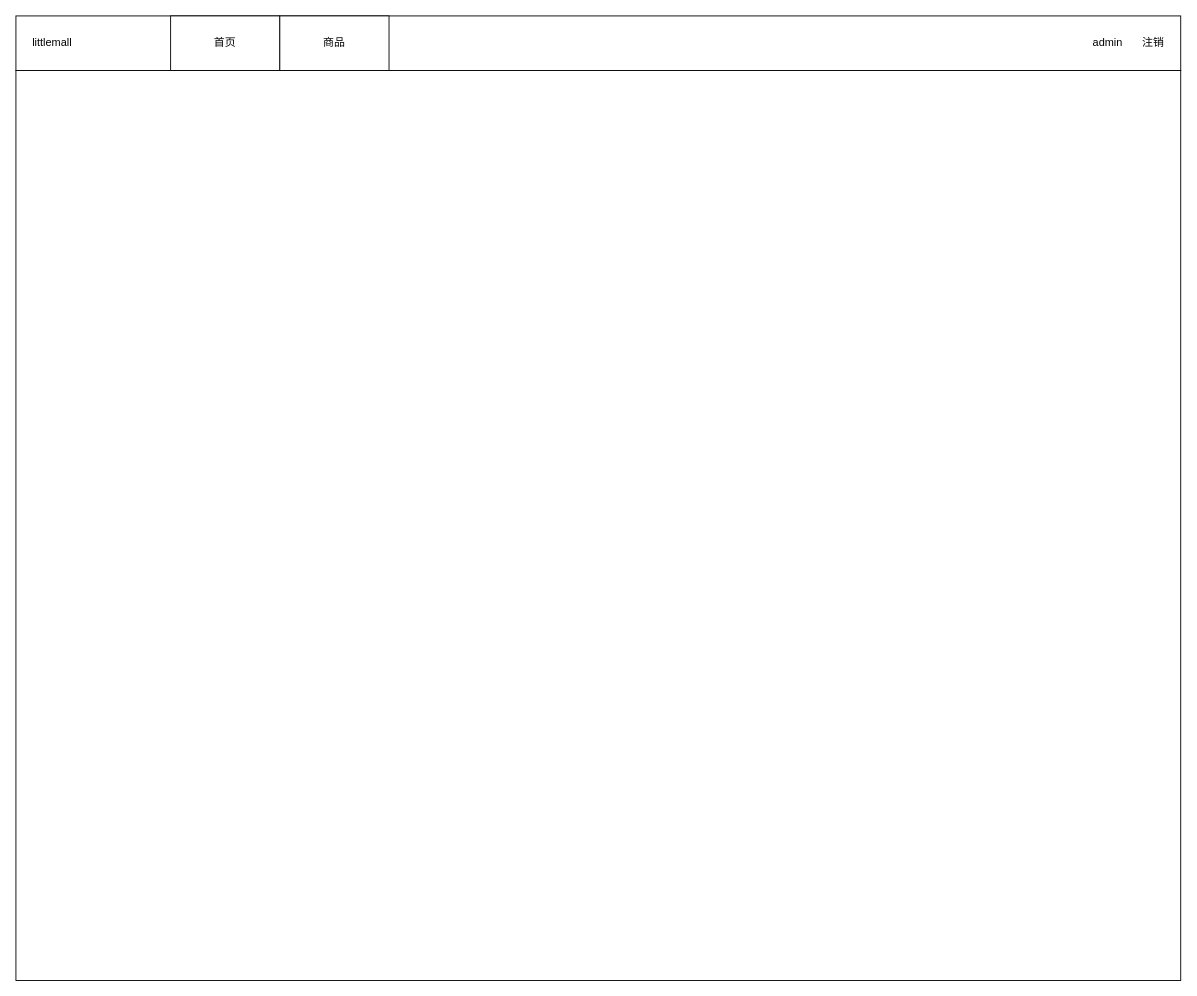
This is 个人开源电商/littlemall_admin_ui.drawio from wurh/myDesignDoc, a draw.io file, before an edit. Source tidied: cells renumbered, new cells numbered last; positions are measured from the earlier drawing's top-left corner, leaving out a move shared by most shapes. Both pictures are drawn from the tidied source at 91%, with x=0, y=0 at pixel (15, 15).
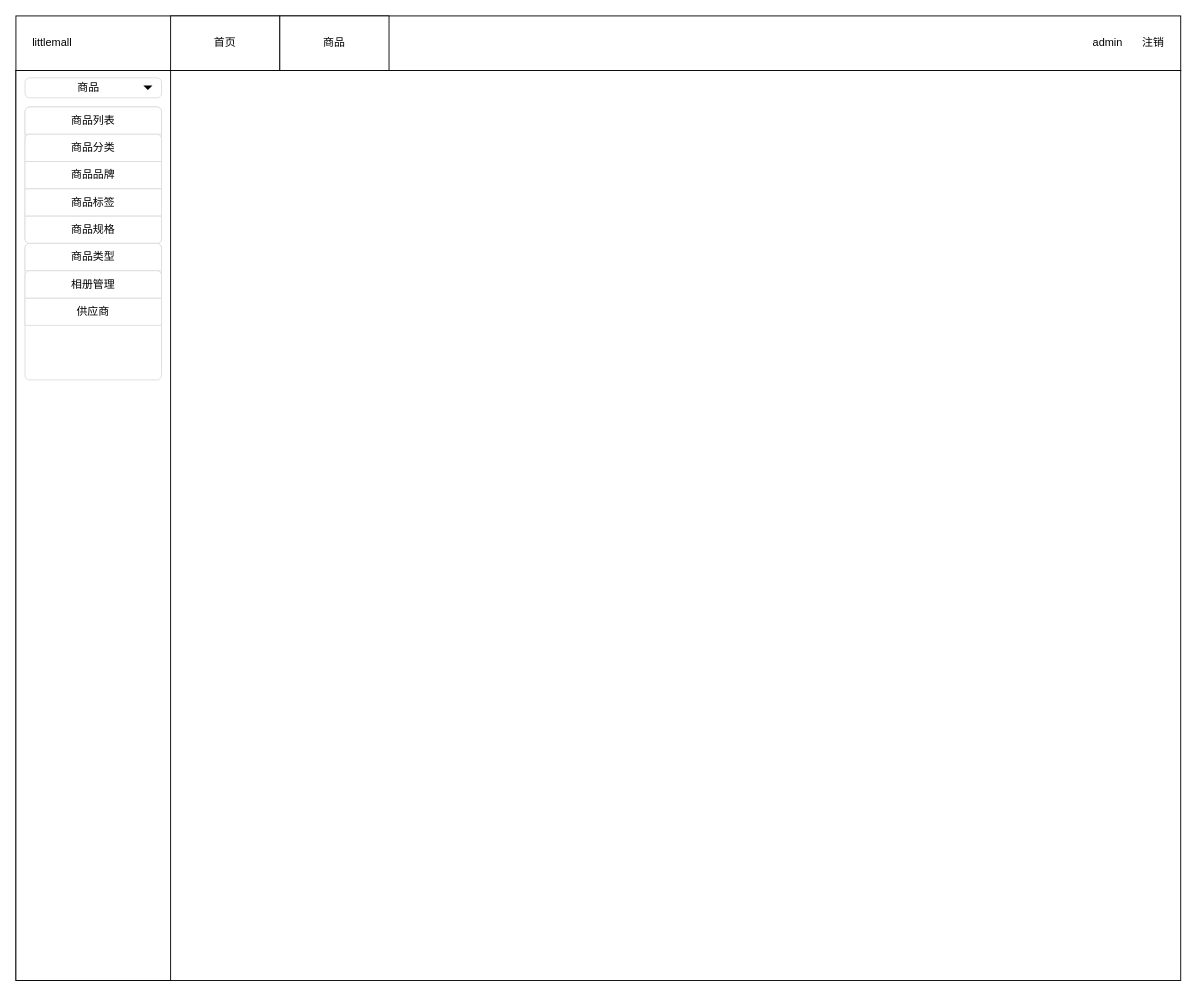
The same diagram, later.

What changed in the source:
```diff
@@
+    <mxCell id="9" style="rounded=0;whiteSpace=wrap;html=1;" parent="1" vertex="1">
+      <mxGeometry y="60" width="170" height="1000" as="geometry" />
+    </mxCell>
+    <mxCell id="10" value="商品" style="html=1;shadow=0;dashed=0;shape=mxgraph.bootstrap.rrect;fontSize=12;rSize=5;strokeColor=#dddddd;spacingRight=10;perimeter=none;whiteSpace=wrap;fillColor=#ffffff;align=center;" parent="1" vertex="1">
+      <mxGeometry x="10" y="68" width="150" height="22" as="geometry" />
+    </mxCell>
+    <mxCell id="11" style="shape=triangle;direction=south;fillColor=#000000;strokeColor=none;perimeter=none;" parent="10" vertex="1">
+      <mxGeometry x="1" y="0.5" width="10" height="5" relative="1" as="geometry">
+        <mxPoint x="-20" y="-2.5" as="offset" />
+      </mxGeometry>
+    </mxCell>
+    <mxCell id="12" style="html=1;shadow=0;dashed=0;shape=mxgraph.bootstrap.rrect;rSize=5;strokeColor=#dddddd;html=1;whiteSpace=wrap;fillColor=#ffffff;" parent="1" vertex="1">
+      <mxGeometry x="10" y="100" width="150" height="150" as="geometry" />
+    </mxCell>
+    <mxCell id="13" value="商品列表" style="strokeColor=inherit;fillColor=inherit;gradientColor=inherit;html=1;shadow=0;dashed=0;shape=mxgraph.bootstrap.topButton;rSize=5;perimeter=none;whiteSpace=wrap;" parent="12" vertex="1">
+      <mxGeometry width="150" height="30" relative="1" as="geometry" />
+    </mxCell>
+    <mxCell id="14" value="商品品牌" style="strokeColor=inherit;fillColor=inherit;gradientColor=inherit;html=1;shadow=0;dashed=0;shape=mxgraph.bootstrap.rect;perimeter=none;whiteSpace=wrap;" parent="12" vertex="1">
+      <mxGeometry width="150" height="30" relative="1" as="geometry">
+        <mxPoint y="60" as="offset" />
+      </mxGeometry>
+    </mxCell>
+    <mxCell id="15" value="商品标签" style="strokeColor=inherit;fillColor=inherit;gradientColor=inherit;html=1;shadow=0;dashed=0;shape=mxgraph.bootstrap.rect;perimeter=none;whiteSpace=wrap;" parent="12" vertex="1">
+      <mxGeometry width="150" height="30" relative="1" as="geometry">
+        <mxPoint y="90" as="offset" />
+      </mxGeometry>
+    </mxCell>
+    <mxCell id="16" value="商品规格" style="strokeColor=inherit;fillColor=inherit;gradientColor=inherit;html=1;shadow=0;dashed=0;shape=mxgraph.bootstrap.bottomButton;rSize=5;perimeter=none;whiteSpace=wrap;" parent="12" vertex="1">
+      <mxGeometry y="1" width="150" height="30" relative="1" as="geometry">
+        <mxPoint y="-30" as="offset" />
+      </mxGeometry>
+    </mxCell>
+    <mxCell id="17" value="商品分类" style="strokeColor=inherit;fillColor=inherit;gradientColor=inherit;html=1;shadow=0;dashed=0;shape=mxgraph.bootstrap.topButton;rSize=5;perimeter=none;whiteSpace=wrap;" parent="12" vertex="1">
+      <mxGeometry y="30" width="150" height="30" as="geometry" />
+    </mxCell>
+    <mxCell id="18" style="html=1;shadow=0;dashed=0;shape=mxgraph.bootstrap.rrect;rSize=5;strokeColor=#dddddd;html=1;whiteSpace=wrap;fillColor=#ffffff;" parent="1" vertex="1">
+      <mxGeometry x="10" y="250" width="150" height="150" as="geometry" />
+    </mxCell>
+    <mxCell id="19" value="商品类型" style="strokeColor=inherit;fillColor=inherit;gradientColor=inherit;html=1;shadow=0;dashed=0;shape=mxgraph.bootstrap.topButton;rSize=5;perimeter=none;whiteSpace=wrap;" parent="18" vertex="1">
+      <mxGeometry width="150" height="30" relative="1" as="geometry" />
+    </mxCell>
+    <mxCell id="20" value="供应商" style="strokeColor=inherit;fillColor=inherit;gradientColor=inherit;html=1;shadow=0;dashed=0;shape=mxgraph.bootstrap.rect;perimeter=none;whiteSpace=wrap;" parent="18" vertex="1">
+      <mxGeometry width="150" height="30" relative="1" as="geometry">
+        <mxPoint y="60" as="offset" />
+      </mxGeometry>
+    </mxCell>
+    <mxCell id="21" value="相册管理" style="strokeColor=inherit;fillColor=inherit;gradientColor=inherit;html=1;shadow=0;dashed=0;shape=mxgraph.bootstrap.topButton;rSize=5;perimeter=none;whiteSpace=wrap;" parent="18" vertex="1">
+      <mxGeometry y="30" width="150" height="30" as="geometry" />
+    </mxCell>
```
